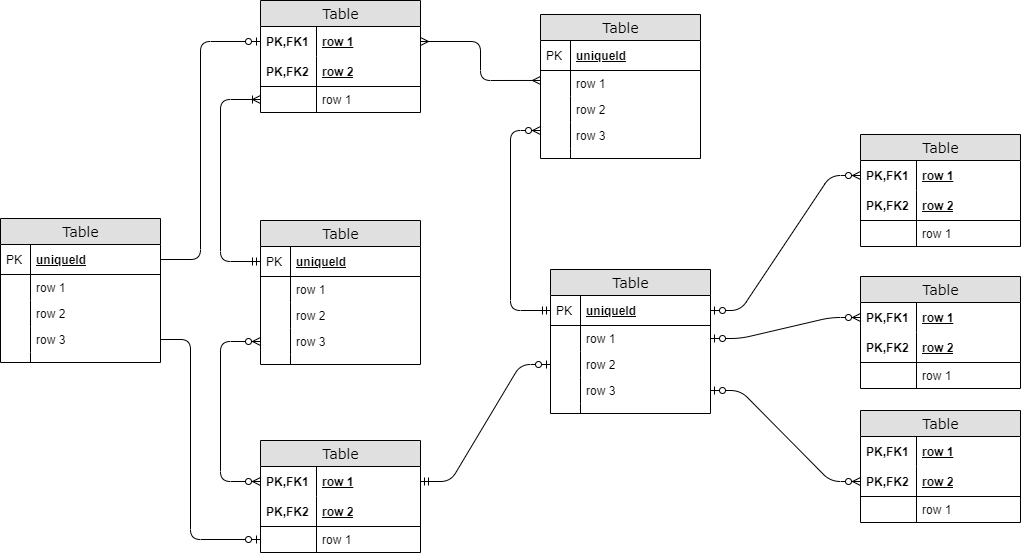
This is Untitled Diagram.png from ArystanIgen/DjangoProject, a draw.io export, as it was before one commit. Source tidied: cells renumbered, new cells last; positions are measured from the earlier drawing's top-left corner, leaving out a move shared by most shapes.
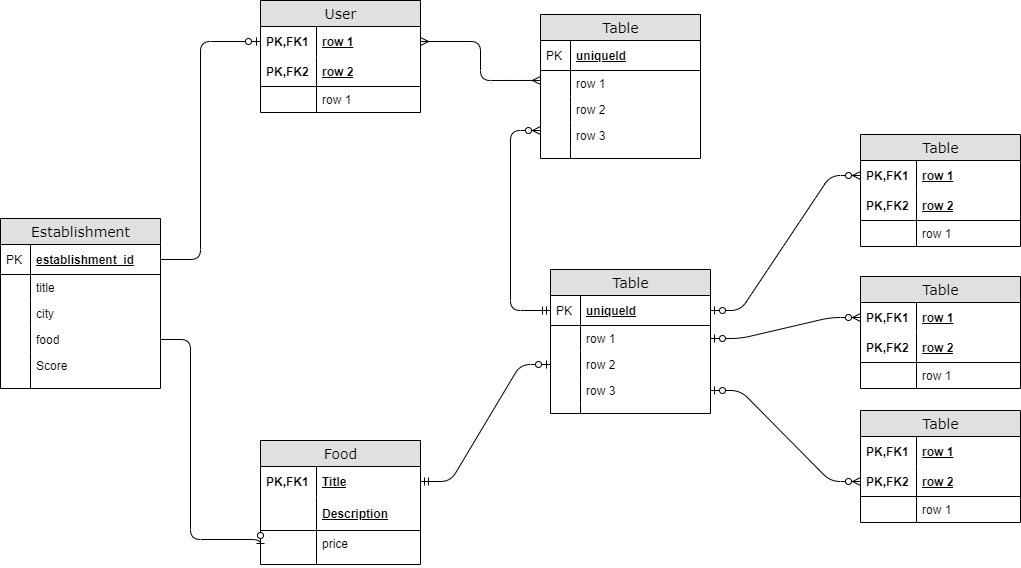
Above is the later version.

Diff of the diagram source:
```diff
@@ -2,7 +2,7 @@
   <root>
     <mxCell id="0" />
     <mxCell id="1" parent="0" />
-    <mxCell id="2" value="Table" style="swimlane;html=1;fontStyle=0;horizontal=1;startSize=26;fillColor=#e0e0e0;swimlaneFillColor=#ffffff;align=center;rounded=0;shadow=0;comic=0;labelBackgroundColor=none;strokeWidth=1;fontFamily=Verdana;fontSize=14;" parent="1" vertex="1">
+    <mxCell id="2" value="User" style="swimlane;html=1;fontStyle=0;horizontal=1;startSize=26;fillColor=#e0e0e0;swimlaneFillColor=#ffffff;align=center;rounded=0;shadow=0;comic=0;labelBackgroundColor=none;strokeWidth=1;fontFamily=Verdana;fontSize=14;" parent="1" vertex="1">
       <mxGeometry x="260" width="160" height="112" as="geometry" />
     </mxCell>
     <mxCell id="3" value="row 1" style="shape=partialRectangle;top=0;left=0;right=0;bottom=0;html=1;align=left;verticalAlign=middle;fillColor=none;spacingLeft=60;spacingRight=4;whiteSpace=wrap;overflow=hidden;points=[[0,0.5],[1,0.5]];portConstraint=eastwest;fontStyle=5;" parent="2" vertex="1">
@@ -56,39 +56,6 @@
     <mxCell id="19" style="shape=partialRectangle;top=0;left=0;bottom=0;html=1;fillColor=none;align=left;verticalAlign=top;spacingLeft=4;spacingRight=4;whiteSpace=wrap;overflow=hidden;" parent="18" vertex="1">
       <mxGeometry width="30" height="10" as="geometry" />
     </mxCell>
-    <mxCell id="20" value="Table" style="swimlane;html=1;fontStyle=0;horizontal=1;startSize=26;fillColor=#e0e0e0;swimlaneFillColor=#ffffff;align=center;rounded=0;shadow=0;comic=0;labelBackgroundColor=none;strokeWidth=1;fontFamily=Verdana;fontSize=14;" parent="1" vertex="1">
-      <mxGeometry x="260" y="220" width="160" height="144" as="geometry" />
-    </mxCell>
-    <mxCell id="21" value="uniqueId" style="shape=partialRectangle;top=0;left=0;right=0;bottom=1;html=1;align=left;verticalAlign=middle;fillColor=none;spacingLeft=34;spacingRight=4;whiteSpace=wrap;overflow=hidden;points=[[0,0.5],[1,0.5]];portConstraint=eastwest;fontStyle=5;" parent="20" vertex="1">
-      <mxGeometry y="26" width="160" height="30" as="geometry" />
-    </mxCell>
-    <mxCell id="22" value="PK" style="shape=partialRectangle;top=0;left=0;bottom=0;html=1;fillColor=none;align=left;verticalAlign=middle;spacingLeft=4;spacingRight=4;whiteSpace=wrap;overflow=hidden;" parent="21" vertex="1">
-      <mxGeometry width="30" height="30" as="geometry" />
-    </mxCell>
-    <mxCell id="23" value="row 1" style="shape=partialRectangle;top=0;left=0;right=0;bottom=0;html=1;align=left;verticalAlign=top;fillColor=none;spacingLeft=34;spacingRight=4;whiteSpace=wrap;overflow=hidden;" parent="20" vertex="1">
-      <mxGeometry y="56" width="160" height="26" as="geometry" />
-    </mxCell>
-    <mxCell id="24" style="shape=partialRectangle;top=0;left=0;bottom=0;html=1;fillColor=none;align=left;verticalAlign=top;spacingLeft=4;spacingRight=4;whiteSpace=wrap;overflow=hidden;" parent="23" vertex="1">
-      <mxGeometry width="30" height="26" as="geometry" />
-    </mxCell>
-    <mxCell id="25" value="row 2" style="shape=partialRectangle;top=0;left=0;right=0;bottom=0;html=1;align=left;verticalAlign=top;fillColor=none;spacingLeft=34;spacingRight=4;whiteSpace=wrap;overflow=hidden;" parent="20" vertex="1">
-      <mxGeometry y="82" width="160" height="26" as="geometry" />
-    </mxCell>
-    <mxCell id="26" style="shape=partialRectangle;top=0;left=0;bottom=0;html=1;fillColor=none;align=left;verticalAlign=top;spacingLeft=4;spacingRight=4;whiteSpace=wrap;overflow=hidden;" parent="25" vertex="1">
-      <mxGeometry width="30" height="26" as="geometry" />
-    </mxCell>
-    <mxCell id="27" value="row 3" style="shape=partialRectangle;top=0;left=0;right=0;bottom=0;html=1;align=left;verticalAlign=top;fillColor=none;spacingLeft=34;spacingRight=4;whiteSpace=wrap;overflow=hidden;points=[[0,0.5],[1,0.5]];portConstraint=eastwest;" parent="20" vertex="1">
-      <mxGeometry y="108" width="160" height="26" as="geometry" />
-    </mxCell>
-    <mxCell id="28" style="shape=partialRectangle;top=0;left=0;bottom=0;html=1;fillColor=none;align=left;verticalAlign=top;spacingLeft=4;spacingRight=4;whiteSpace=wrap;overflow=hidden;" parent="27" vertex="1">
-      <mxGeometry width="30" height="26" as="geometry" />
-    </mxCell>
-    <mxCell id="29" style="shape=partialRectangle;top=0;left=0;right=0;bottom=0;html=1;align=left;verticalAlign=top;fillColor=none;spacingLeft=34;spacingRight=4;whiteSpace=wrap;overflow=hidden;" parent="20" vertex="1">
-      <mxGeometry y="134" width="160" height="10" as="geometry" />
-    </mxCell>
-    <mxCell id="30" style="shape=partialRectangle;top=0;left=0;bottom=0;html=1;fillColor=none;align=left;verticalAlign=top;spacingLeft=4;spacingRight=4;whiteSpace=wrap;overflow=hidden;" parent="29" vertex="1">
-      <mxGeometry width="30" height="10" as="geometry" />
-    </mxCell>
     <mxCell id="31" value="Table" style="swimlane;html=1;fontStyle=0;horizontal=1;startSize=26;fillColor=#e0e0e0;swimlaneFillColor=#ffffff;align=center;rounded=0;shadow=0;comic=0;labelBackgroundColor=none;strokeWidth=1;fontFamily=Verdana;fontSize=14;" parent="1" vertex="1">
       <mxGeometry x="550" y="269" width="160" height="144" as="geometry" />
     </mxCell>
@@ -143,43 +110,27 @@
     <mxCell id="48" style="shape=partialRectangle;top=0;left=0;bottom=0;html=1;fillColor=none;align=left;verticalAlign=top;spacingLeft=4;spacingRight=4;whiteSpace=wrap;overflow=hidden;" parent="47" vertex="1">
       <mxGeometry width="56" height="26" as="geometry" />
     </mxCell>
-    <mxCell id="49" value="Table" style="swimlane;html=1;fontStyle=0;horizontal=1;startSize=26;fillColor=#e0e0e0;swimlaneFillColor=#ffffff;align=center;rounded=0;shadow=0;comic=0;labelBackgroundColor=none;strokeWidth=1;fontFamily=Verdana;fontSize=14;" parent="1" vertex="1">
-      <mxGeometry x="260" y="440" width="160" height="112" as="geometry" />
+    <mxCell id="49" value="Food" style="swimlane;html=1;fontStyle=0;horizontal=1;startSize=26;fillColor=#e0e0e0;swimlaneFillColor=#ffffff;align=center;rounded=0;shadow=0;comic=0;labelBackgroundColor=none;strokeWidth=1;fontFamily=Verdana;fontSize=14;sketch=0;" parent="1" vertex="1">
+      <mxGeometry x="260" y="440" width="160" height="124" as="geometry" />
     </mxCell>
-    <mxCell id="50" value="row 1" style="shape=partialRectangle;top=0;left=0;right=0;bottom=0;html=1;align=left;verticalAlign=middle;fillColor=none;spacingLeft=60;spacingRight=4;whiteSpace=wrap;overflow=hidden;points=[[0,0.5],[1,0.5]];portConstraint=eastwest;fontStyle=5;" parent="49" vertex="1">
+    <mxCell id="50" value="Title" style="shape=partialRectangle;top=0;left=0;right=0;bottom=0;html=1;align=left;verticalAlign=middle;fillColor=none;spacingLeft=60;spacingRight=4;whiteSpace=wrap;overflow=hidden;points=[[0,0.5],[1,0.5]];portConstraint=eastwest;fontStyle=5;" parent="49" vertex="1">
       <mxGeometry y="26" width="160" height="30" as="geometry" />
     </mxCell>
     <mxCell id="51" value="PK,FK1" style="shape=partialRectangle;fontStyle=1;top=0;left=0;bottom=0;html=1;fillColor=none;align=left;verticalAlign=middle;spacingLeft=4;spacingRight=4;whiteSpace=wrap;overflow=hidden;" parent="50" vertex="1">
       <mxGeometry width="56" height="30" as="geometry" />
     </mxCell>
-    <mxCell id="52" value="row 2" style="shape=partialRectangle;top=0;left=0;right=0;bottom=1;html=1;align=left;verticalAlign=middle;fillColor=none;spacingLeft=60;spacingRight=4;whiteSpace=wrap;overflow=hidden;fontStyle=5;" parent="49" vertex="1">
-      <mxGeometry y="56" width="160" height="30" as="geometry" />
+    <mxCell id="52" value="Description" style="shape=partialRectangle;top=0;left=0;right=0;bottom=1;html=1;align=left;verticalAlign=middle;fillColor=none;spacingLeft=60;spacingRight=4;whiteSpace=wrap;overflow=hidden;fontStyle=5;" parent="49" vertex="1">
+      <mxGeometry y="56" width="160" height="34" as="geometry" />
     </mxCell>
-    <mxCell id="53" value="PK,FK2" style="shape=partialRectangle;fontStyle=1;top=0;left=0;bottom=0;html=1;fillColor=none;align=left;verticalAlign=middle;spacingLeft=4;spacingRight=4;whiteSpace=wrap;overflow=hidden;" parent="52" vertex="1">
-      <mxGeometry width="56" height="30" as="geometry" />
+    <mxCell id="53" style="shape=partialRectangle;fontStyle=1;top=0;left=0;bottom=0;html=1;fillColor=none;align=left;verticalAlign=middle;spacingLeft=4;spacingRight=4;whiteSpace=wrap;overflow=hidden;" parent="52" vertex="1">
+      <mxGeometry width="56" height="34" as="geometry" />
     </mxCell>
-    <mxCell id="54" value="row 1" style="shape=partialRectangle;top=0;left=0;right=0;bottom=0;html=1;align=left;verticalAlign=top;fillColor=none;spacingLeft=60;spacingRight=4;whiteSpace=wrap;overflow=hidden;points=[[0,0.5],[1,0.5]];portConstraint=eastwest;" parent="49" vertex="1">
-      <mxGeometry y="86" width="160" height="26" as="geometry" />
+    <mxCell id="54" value="price" style="shape=partialRectangle;top=0;left=0;right=0;bottom=0;html=1;align=left;verticalAlign=top;fillColor=none;spacingLeft=60;spacingRight=4;whiteSpace=wrap;overflow=hidden;points=[[0,0.5],[1,0.5]];portConstraint=eastwest;" parent="49" vertex="1">
+      <mxGeometry y="90" width="160" height="34" as="geometry" />
     </mxCell>
     <mxCell id="55" style="shape=partialRectangle;top=0;left=0;bottom=0;html=1;fillColor=none;align=left;verticalAlign=top;spacingLeft=4;spacingRight=4;whiteSpace=wrap;overflow=hidden;" parent="54" vertex="1">
-      <mxGeometry width="56" height="26" as="geometry" />
+      <mxGeometry width="56" height="34" as="geometry" />
     </mxCell>
-    <mxCell id="56" style="edgeStyle=orthogonalEdgeStyle;html=1;endArrow=ERoneToMany;startArrow=ERmandOne;labelBackgroundColor=none;fontFamily=Verdana;fontSize=14;entryX=0;entryY=0.5;exitX=0;exitY=0.5;" parent="1" edge="1" source="21" target="7">
-      <mxGeometry relative="1" as="geometry">
-        <Array as="points">
-          <mxPoint x="220" y="261" />
-          <mxPoint x="220" y="99" />
-        </Array>
-      </mxGeometry>
-    </mxCell>
-    <mxCell id="57" style="edgeStyle=orthogonalEdgeStyle;html=1;endArrow=ERzeroToMany;endFill=1;startArrow=ERzeroToMany;labelBackgroundColor=none;fontFamily=Verdana;fontSize=14;entryX=0;entryY=0.5;exitX=0;exitY=0.5;" parent="1" edge="1" source="50" target="27">
-      <mxGeometry relative="1" as="geometry">
-        <Array as="points">
-          <mxPoint x="220" y="481" />
-          <mxPoint x="220" y="341" />
-        </Array>
-      </mxGeometry>
-    </mxCell>
     <mxCell id="58" style="edgeStyle=orthogonalEdgeStyle;html=1;endArrow=ERmany;startArrow=ERmany;labelBackgroundColor=none;fontFamily=Verdana;fontSize=14;entryX=1;entryY=0.5;exitX=0;exitY=0.383;exitPerimeter=0;" parent="1" edge="1" source="12" target="3">
       <mxGeometry relative="1" as="geometry">
         <Array as="points">
@@ -250,38 +201,38 @@
     <mxCell id="77" style="edgeStyle=entityRelationEdgeStyle;html=1;endArrow=ERzeroToMany;startArrow=ERzeroToOne;labelBackgroundColor=none;fontFamily=Verdana;fontSize=14;entryX=0;entryY=0.5;exitX=1;exitY=0.5;" parent="1" edge="1" source="38" target="72">
       <mxGeometry relative="1" as="geometry" />
     </mxCell>
-    <mxCell id="78" value="Table" style="swimlane;html=1;fontStyle=0;horizontal=1;startSize=26;fillColor=#e0e0e0;swimlaneFillColor=#ffffff;align=center;rounded=0;shadow=0;comic=0;labelBackgroundColor=none;strokeWidth=1;fontFamily=Verdana;fontSize=14;" parent="1" vertex="1">
-      <mxGeometry y="218" width="160" height="144" as="geometry" />
+    <mxCell id="78" value="Establishment" style="swimlane;html=1;fontStyle=0;horizontal=1;startSize=26;fillColor=#e0e0e0;swimlaneFillColor=#ffffff;align=center;rounded=0;shadow=0;comic=0;labelBackgroundColor=none;strokeWidth=1;fontFamily=Verdana;fontSize=14;" parent="1" vertex="1">
+      <mxGeometry y="218" width="160" height="170" as="geometry" />
     </mxCell>
-    <mxCell id="79" value="uniqueId" style="shape=partialRectangle;top=0;left=0;right=0;bottom=1;html=1;align=left;verticalAlign=middle;fillColor=none;spacingLeft=34;spacingRight=4;whiteSpace=wrap;overflow=hidden;points=[[0,0.5],[1,0.5]];portConstraint=eastwest;fontStyle=5;" parent="78" vertex="1">
+    <mxCell id="79" value="establishment_id" style="shape=partialRectangle;top=0;left=0;right=0;bottom=1;html=1;align=left;verticalAlign=middle;fillColor=none;spacingLeft=34;spacingRight=4;whiteSpace=wrap;overflow=hidden;points=[[0,0.5],[1,0.5]];portConstraint=eastwest;fontStyle=5;" parent="78" vertex="1">
       <mxGeometry y="26" width="160" height="30" as="geometry" />
     </mxCell>
     <mxCell id="80" value="PK" style="shape=partialRectangle;top=0;left=0;bottom=0;html=1;fillColor=none;align=left;verticalAlign=middle;spacingLeft=4;spacingRight=4;whiteSpace=wrap;overflow=hidden;" parent="79" vertex="1">
       <mxGeometry width="30" height="30" as="geometry" />
     </mxCell>
-    <mxCell id="81" value="row 1" style="shape=partialRectangle;top=0;left=0;right=0;bottom=0;html=1;align=left;verticalAlign=top;fillColor=none;spacingLeft=34;spacingRight=4;whiteSpace=wrap;overflow=hidden;" parent="78" vertex="1">
+    <mxCell id="81" value="title" style="shape=partialRectangle;top=0;left=0;right=0;bottom=0;html=1;align=left;verticalAlign=top;fillColor=none;spacingLeft=34;spacingRight=4;whiteSpace=wrap;overflow=hidden;" parent="78" vertex="1">
       <mxGeometry y="56" width="160" height="26" as="geometry" />
     </mxCell>
     <mxCell id="82" style="shape=partialRectangle;top=0;left=0;bottom=0;html=1;fillColor=none;align=left;verticalAlign=top;spacingLeft=4;spacingRight=4;whiteSpace=wrap;overflow=hidden;" parent="81" vertex="1">
       <mxGeometry width="30" height="26" as="geometry" />
     </mxCell>
-    <mxCell id="83" value="row 2" style="shape=partialRectangle;top=0;left=0;right=0;bottom=0;html=1;align=left;verticalAlign=top;fillColor=none;spacingLeft=34;spacingRight=4;whiteSpace=wrap;overflow=hidden;" parent="78" vertex="1">
+    <mxCell id="83" value="city" style="shape=partialRectangle;top=0;left=0;right=0;bottom=0;html=1;align=left;verticalAlign=top;fillColor=none;spacingLeft=34;spacingRight=4;whiteSpace=wrap;overflow=hidden;" parent="78" vertex="1">
       <mxGeometry y="82" width="160" height="26" as="geometry" />
     </mxCell>
     <mxCell id="84" style="shape=partialRectangle;top=0;left=0;bottom=0;html=1;fillColor=none;align=left;verticalAlign=top;spacingLeft=4;spacingRight=4;whiteSpace=wrap;overflow=hidden;" parent="83" vertex="1">
       <mxGeometry width="30" height="26" as="geometry" />
     </mxCell>
-    <mxCell id="85" value="row 3" style="shape=partialRectangle;top=0;left=0;right=0;bottom=0;html=1;align=left;verticalAlign=top;fillColor=none;spacingLeft=34;spacingRight=4;whiteSpace=wrap;overflow=hidden;points=[[0,0.5],[1,0.5]];portConstraint=eastwest;" parent="78" vertex="1">
+    <mxCell id="85" value="food" style="shape=partialRectangle;top=0;left=0;right=0;bottom=0;html=1;align=left;verticalAlign=top;fillColor=none;spacingLeft=34;spacingRight=4;whiteSpace=wrap;overflow=hidden;points=[[0,0.5],[1,0.5]];portConstraint=eastwest;" parent="78" vertex="1">
       <mxGeometry y="108" width="160" height="26" as="geometry" />
     </mxCell>
     <mxCell id="86" style="shape=partialRectangle;top=0;left=0;bottom=0;html=1;fillColor=none;align=left;verticalAlign=top;spacingLeft=4;spacingRight=4;whiteSpace=wrap;overflow=hidden;" parent="85" vertex="1">
       <mxGeometry width="30" height="26" as="geometry" />
     </mxCell>
-    <mxCell id="87" style="shape=partialRectangle;top=0;left=0;right=0;bottom=0;html=1;align=left;verticalAlign=top;fillColor=none;spacingLeft=34;spacingRight=4;whiteSpace=wrap;overflow=hidden;" parent="78" vertex="1">
-      <mxGeometry y="134" width="160" height="10" as="geometry" />
+    <mxCell id="87" value="Score" style="shape=partialRectangle;top=0;left=0;right=0;bottom=0;html=1;align=left;verticalAlign=top;fillColor=none;spacingLeft=34;spacingRight=4;whiteSpace=wrap;overflow=hidden;" parent="78" vertex="1">
+      <mxGeometry y="134" width="160" height="36" as="geometry" />
     </mxCell>
     <mxCell id="88" style="shape=partialRectangle;top=0;left=0;bottom=0;html=1;fillColor=none;align=left;verticalAlign=top;spacingLeft=4;spacingRight=4;whiteSpace=wrap;overflow=hidden;" parent="87" vertex="1">
-      <mxGeometry width="30" height="10" as="geometry" />
+      <mxGeometry width="30" height="36" as="geometry" />
     </mxCell>
     <mxCell id="89" style="edgeStyle=orthogonalEdgeStyle;html=1;endArrow=ERzeroToOne;endFill=1;labelBackgroundColor=none;fontFamily=Verdana;fontSize=14;entryX=0;entryY=0.5;exitX=1;exitY=0.5;" parent="1" edge="1" source="79" target="3">
       <mxGeometry relative="1" as="geometry">
```
